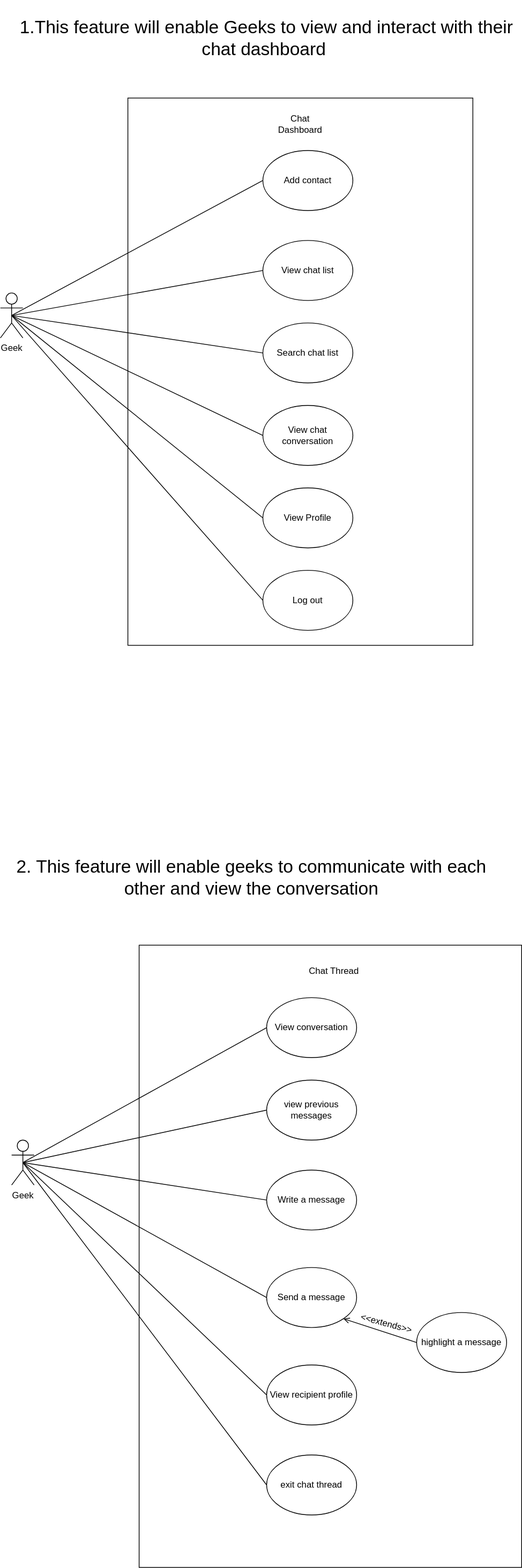
This is Deliverable1/UsecaseDiagrams/Chat.drawio.svg from tshegofatso-motlhakane/Geeks-Chat, a draw.io export, as it was before one commit. Source tidied: cells renumbered, new cells last; positions are measured from the earlier drawing's top-left corner, leaving out a move shared by most shapes.
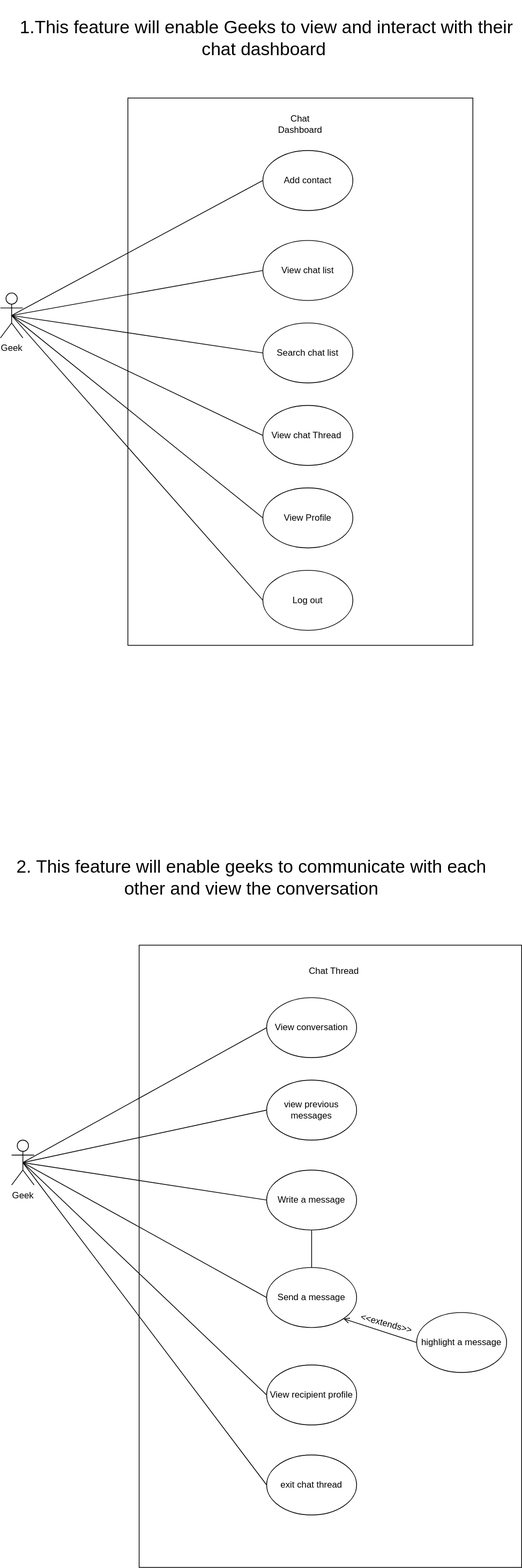
The same diagram one commit later.

Change to the diagram source:
```diff
@@ -14,7 +14,7 @@
     <mxCell id="5" value="View chat list" style="ellipse;whiteSpace=wrap;html=1;" parent="1" vertex="1">
       <mxGeometry x="350" y="320" width="120" height="80" as="geometry" />
     </mxCell>
-    <mxCell id="6" value="View chat conversation" style="ellipse;whiteSpace=wrap;html=1;" parent="1" vertex="1">
+    <mxCell id="6" value="View chat Thread&amp;nbsp;" style="ellipse;whiteSpace=wrap;html=1;" parent="1" vertex="1">
       <mxGeometry x="350" y="540" width="120" height="80" as="geometry" />
     </mxCell>
     <mxCell id="7" value="View Profile" style="ellipse;whiteSpace=wrap;html=1;" parent="1" vertex="1">
@@ -74,6 +74,9 @@
     <mxCell id="25" style="endArrow=none;html=1;rounded=0;exitX=0.5;exitY=0.5;exitDx=0;exitDy=0;exitPerimeter=0;entryX=0;entryY=0.5;entryDx=0;entryDy=0;" parent="1" edge="1" source="18" target="22">
       <mxGeometry relative="1" as="geometry" />
     </mxCell>
+    <mxCell id="37" style="edgeStyle=orthogonalEdgeStyle;rounded=0;jettySize=auto;html=1;exitX=0.5;exitY=1;exitDx=0;exitDy=0;endArrow=none;endFill=0;" parent="1" edge="1" source="26" target="21">
+      <mxGeometry relative="1" as="geometry" />
+    </mxCell>
     <mxCell id="26" value="Write a message" style="ellipse;whiteSpace=wrap;html=1;" parent="1" vertex="1">
       <mxGeometry x="355" y="1560" width="120" height="80" as="geometry" />
     </mxCell>
```
